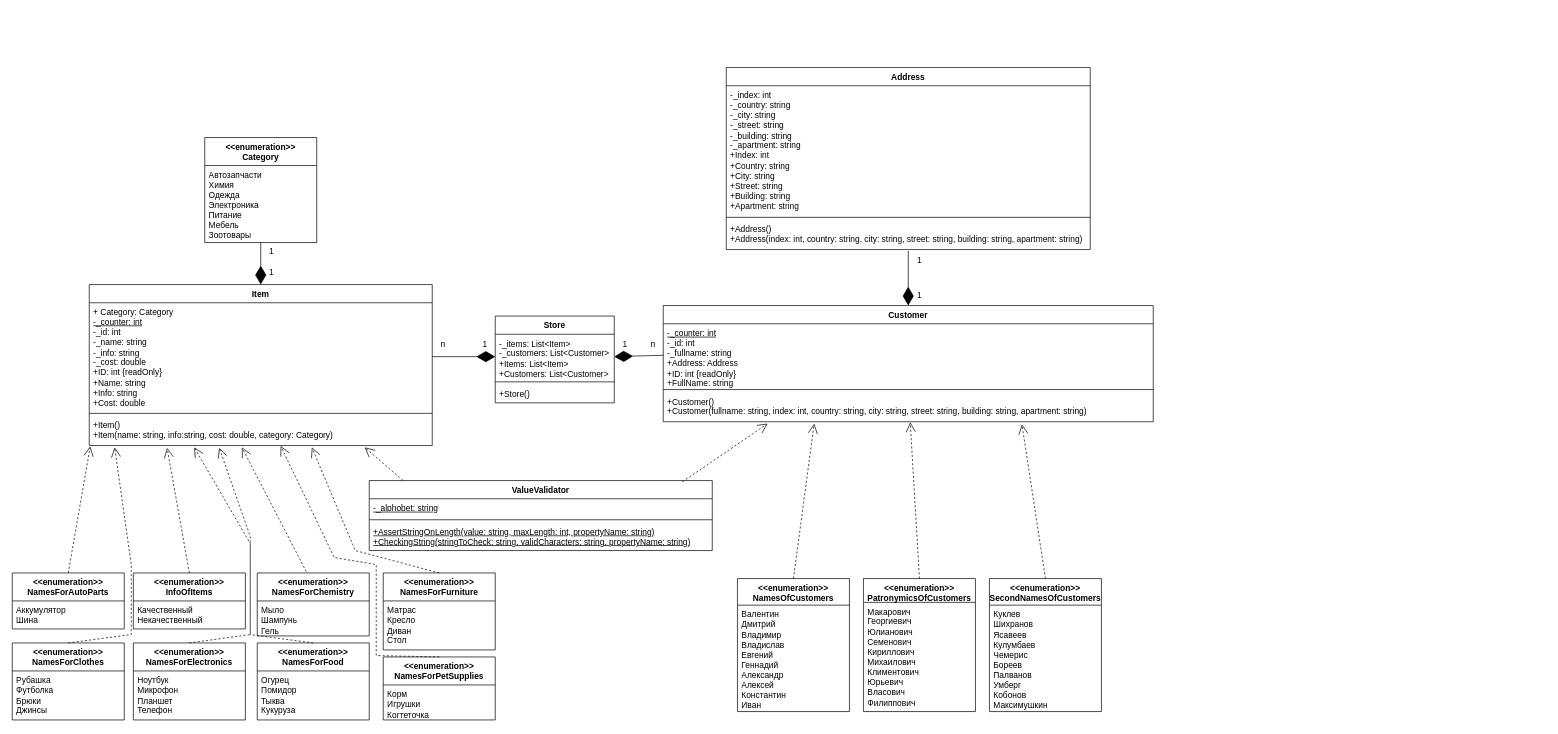
Above: doc/ObjectOrientedPractics/Practics2.drawio in aniil123/Programming (draw.io), before the change. Source tidied: cells renumbered, new cells numbered last; positions are measured from the earlier drawing's top-left corner, leaving out a move shared by most shapes. Both pictures are drawn from the tidied source at 70%, with x=0, y=0 at pixel (12, 67).
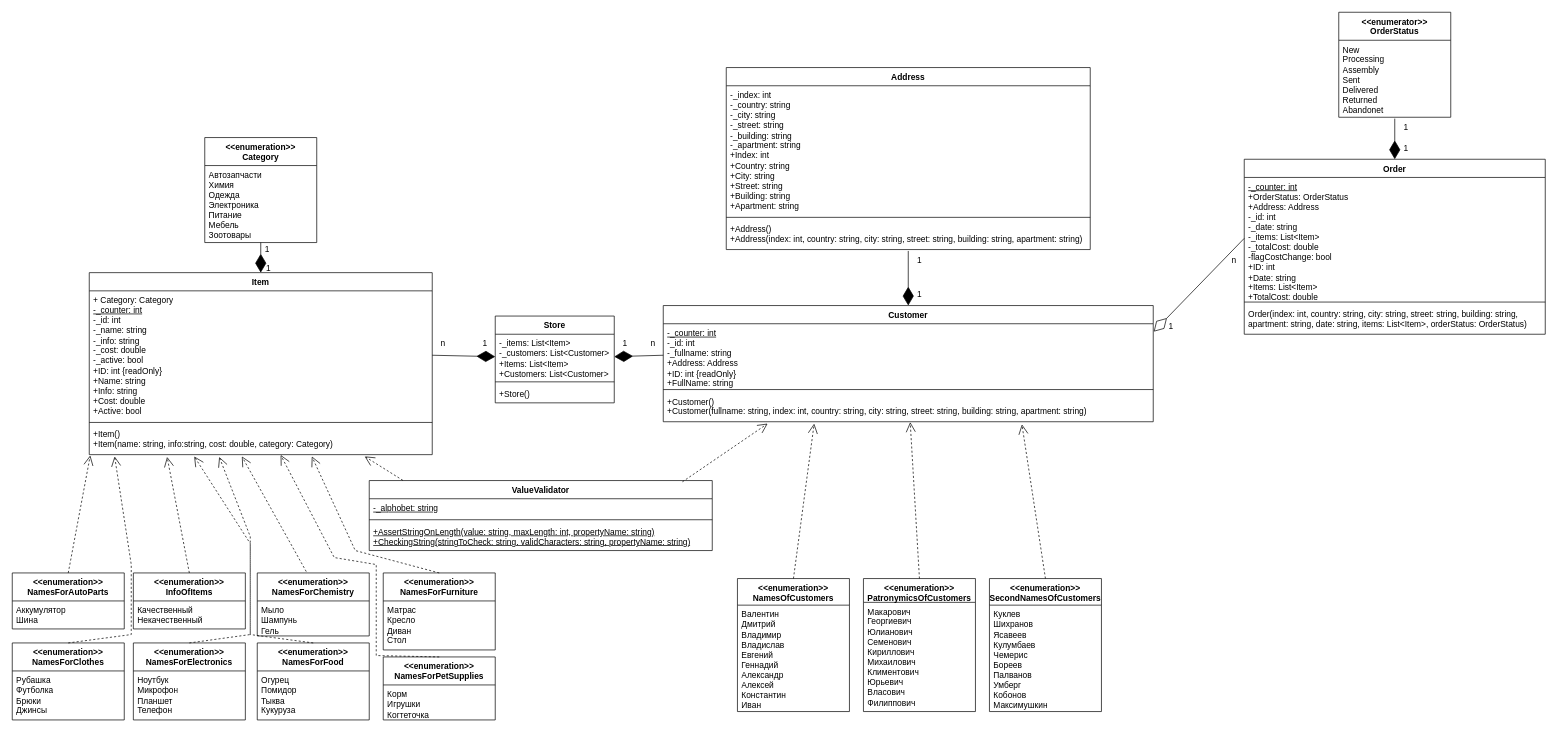
The same page after the edit.

The change refers to these unchanged cells:
```xml
<mxCell id="7" value="&lt;u&gt;-_counter: int&lt;/u&gt;&lt;div&gt;-_id: int&lt;/div&gt;&lt;div&gt;-_fullname: string&lt;/div&gt;&lt;div&gt;+Address: Address&lt;/div&gt;&lt;div&gt;+ID: int {readOnly}&lt;/div&gt;&lt;div&gt;+FullName: string&lt;/div&gt;" style="text;strokeColor=none;fillColor=none;align=left;verticalAlign=top;spacingLeft=4;spacingRight=4;overflow=hidden;points=[[0,0.5],[1,0.5]];portConstraint=eastwest;whiteSpace=wrap;html=1;" parent="6" vertex="1">
  <mxGeometry y="26" width="700" height="90" as="geometry" />
</mxCell>
```

Change to the diagram source:
```diff
@@
     <mxCell id="2" value="Item" style="swimlane;fontStyle=1;align=center;verticalAlign=top;horizontal=1;startSize=26;whiteSpace=wrap;html=1;" parent="1" vertex="1">
-      <mxGeometry x="110" y="310" width="490" height="230" as="geometry" />
+      <mxGeometry x="110" y="293" width="490" height="260" as="geometry" />
     </mxCell>
-    <mxCell id="3" value="+ Category: Category&lt;div&gt;&lt;u&gt;-_counter: int&lt;/u&gt;&lt;/div&gt;&lt;div&gt;-_id: int&lt;/div&gt;&lt;div&gt;-_name: string&lt;/div&gt;&lt;div&gt;-_info: string&lt;/div&gt;&lt;div&gt;-_cost: double&lt;/div&gt;&lt;div&gt;+ID: int {readOnly}&lt;/div&gt;&lt;div&gt;+Name: string&lt;/div&gt;&lt;div&gt;+Info: string&lt;/div&gt;&lt;div&gt;+Cost: double&lt;/div&gt;" style="text;strokeColor=none;fillColor=none;align=left;verticalAlign=top;spacingLeft=4;spacingRight=4;overflow=hidden;points=[[0,0.5],[1,0.5]];portConstraint=eastwest;whiteSpace=wrap;html=1;" parent="2" vertex="1">
-      <mxGeometry y="26" width="490" height="154" as="geometry" />
+    <mxCell id="3" value="+ Category: Category&lt;div&gt;&lt;u&gt;-_counter: int&lt;/u&gt;&lt;/div&gt;&lt;div&gt;-_id: int&lt;/div&gt;&lt;div&gt;-_name: string&lt;/div&gt;&lt;div&gt;-_info: string&lt;/div&gt;&lt;div&gt;-_cost: double&lt;/div&gt;&lt;div&gt;-_active: bool&lt;/div&gt;&lt;div&gt;+ID: int {readOnly}&lt;/div&gt;&lt;div&gt;+Name: string&lt;/div&gt;&lt;div&gt;+Info: string&lt;/div&gt;&lt;div&gt;+Cost: double&lt;/div&gt;&lt;div&gt;+Active: bool&lt;/div&gt;" style="text;strokeColor=none;fillColor=none;align=left;verticalAlign=top;spacingLeft=4;spacingRight=4;overflow=hidden;points=[[0,0.5],[1,0.5]];portConstraint=eastwest;whiteSpace=wrap;html=1;" parent="2" vertex="1">
+      <mxGeometry y="26" width="490" height="184" as="geometry" />
     </mxCell>
     <mxCell id="4" style="line;strokeWidth=1;fillColor=none;align=left;verticalAlign=middle;spacingTop=-1;spacingLeft=3;spacingRight=3;labelPosition=right;strokeColor=inherit;" parent="2" vertex="1">
-      <mxGeometry y="180" width="490" height="8" as="geometry" />
+      <mxGeometry y="210" width="490" height="8" as="geometry" />
     </mxCell>
     <mxCell id="5" value="+Item()&lt;div&gt;+Item(name: string, info:string, cost: double, category: Category)&lt;/div&gt;" style="text;strokeColor=none;fillColor=none;align=left;verticalAlign=top;spacingLeft=4;spacingRight=4;overflow=hidden;points=[[0,0.5],[1,0.5]];portConstraint=eastwest;whiteSpace=wrap;html=1;" parent="2" vertex="1">
-      <mxGeometry y="188" width="490" height="42" as="geometry" />
+      <mxGeometry y="218" width="490" height="42" as="geometry" />
     </mxCell>
@@
     <mxCell id="37" value="1" style="text;html=1;align=center;verticalAlign=middle;strokeColor=none;fillColor=none;" parent="1" vertex="1">
-      <mxGeometry x="355" y="278" width="30" height="30" as="geometry" />
+      <mxGeometry x="351" y="272" width="30" height="30" as="geometry" />
     </mxCell>
     <mxCell id="38" value="1" style="text;html=1;align=center;verticalAlign=middle;strokeColor=none;fillColor=none;" parent="1" vertex="1">
-      <mxGeometry x="355" y="248" width="30" height="30" as="geometry" />
+      <mxGeometry x="349" y="245" width="30" height="30" as="geometry" />
     </mxCell>
@@
+    <mxCell id="72" value="&amp;lt;&amp;lt;enumerator&amp;gt;&amp;gt;&lt;div&gt;OrderStatus&lt;/div&gt;" style="swimlane;fontStyle=1;align=center;verticalAlign=top;horizontal=1;startSize=40;whiteSpace=wrap;html=1;" parent="1" vertex="1">
+      <mxGeometry x="1895" y="-79" width="160" height="150" as="geometry" />
+    </mxCell>
+    <mxCell id="73" value="New&lt;div&gt;Processing&lt;/div&gt;&lt;div&gt;Assembly&lt;/div&gt;&lt;div&gt;Sent&lt;/div&gt;&lt;div&gt;Delivered&lt;/div&gt;&lt;div&gt;Returned&lt;/div&gt;&lt;div&gt;Abandonet&lt;/div&gt;" style="text;strokeColor=none;fillColor=none;align=left;verticalAlign=top;spacingLeft=4;spacingRight=4;overflow=hidden;points=[[0,0.5],[1,0.5]];portConstraint=eastwest;whiteSpace=wrap;html=1;" parent="72" vertex="1">
+      <mxGeometry y="40" width="160" height="110" as="geometry" />
+    </mxCell>
+    <mxCell id="74" value="Order" style="swimlane;fontStyle=1;align=center;verticalAlign=top;horizontal=1;startSize=26;whiteSpace=wrap;html=1;" parent="1" vertex="1">
+      <mxGeometry x="1760" y="131" width="430" height="250" as="geometry" />
+    </mxCell>
+    <mxCell id="75" value="&lt;u&gt;-_counter: int&lt;/u&gt;&lt;div&gt;+OrderStatus: OrderStatus&lt;/div&gt;&lt;div&gt;+Address: Address&lt;/div&gt;&lt;div&gt;-_id: int&lt;/div&gt;&lt;div&gt;-_date: string&lt;/div&gt;&lt;div&gt;-_items: List&amp;lt;Item&amp;gt;&lt;/div&gt;&lt;div&gt;-_totalCost: double&lt;/div&gt;&lt;div&gt;-flagCostChange: bool&lt;/div&gt;&lt;div&gt;+ID: int&lt;/div&gt;&lt;div&gt;+Date: string&lt;/div&gt;&lt;div&gt;+Items: List&amp;lt;Item&amp;gt;&lt;/div&gt;&lt;div&gt;+TotalCost: double&lt;/div&gt;" style="text;strokeColor=none;fillColor=none;align=left;verticalAlign=top;spacingLeft=4;spacingRight=4;overflow=hidden;points=[[0,0.5],[1,0.5]];portConstraint=eastwest;whiteSpace=wrap;html=1;" parent="74" vertex="1">
+      <mxGeometry y="26" width="430" height="174" as="geometry" />
+    </mxCell>
+    <mxCell id="76" style="line;strokeWidth=1;fillColor=none;align=left;verticalAlign=middle;spacingTop=-1;spacingLeft=3;spacingRight=3;labelPosition=right;strokeColor=inherit;" parent="74" vertex="1">
+      <mxGeometry y="200" width="430" height="8" as="geometry" />
+    </mxCell>
+    <mxCell id="77" value="Order(index: int, country: string, city: string, street: string, building: string, apartment: string, date: string, items: List&amp;lt;Item&amp;gt;, orderStatus: OrderStatus)" style="text;strokeColor=none;fillColor=none;align=left;verticalAlign=top;spacingLeft=4;spacingRight=4;overflow=hidden;whiteSpace=wrap;html=1;" parent="74" vertex="1">
+      <mxGeometry y="208" width="430" height="42" as="geometry" />
+    </mxCell>
+    <mxCell id="78" style="endArrow=diamondThin;endFill=1;endSize=24;html=1;rounded=0;entryX=0.5;entryY=0;entryDx=0;entryDy=0;exitX=0.5;exitY=1.018;exitDx=0;exitDy=0;exitPerimeter=0;" parent="1" edge="1" source="73" target="74">
+      <mxGeometry relative="1" as="geometry" />
+    </mxCell>
+    <mxCell id="79" value="1" style="text;html=1;align=center;verticalAlign=middle;strokeColor=none;fillColor=none;" parent="1" vertex="1">
+      <mxGeometry x="1976" y="101" width="30" height="30" as="geometry" />
+    </mxCell>
+    <mxCell id="80" value="1" style="text;html=1;align=center;verticalAlign=middle;strokeColor=none;fillColor=none;" parent="1" vertex="1">
+      <mxGeometry x="1976" y="71" width="30" height="30" as="geometry" />
+    </mxCell>
+    <mxCell id="81" style="endArrow=diamondThin;endFill=0;endSize=24;html=1;rounded=0;entryX=1.001;entryY=0.125;entryDx=0;entryDy=0;entryPerimeter=0;exitX=0;exitY=0.5;exitDx=0;exitDy=0;" parent="1" edge="1" source="75" target="7">
+      <mxGeometry relative="1" as="geometry" />
+    </mxCell>
+    <mxCell id="82" value="1" style="text;html=1;align=center;verticalAlign=middle;strokeColor=none;fillColor=none;" parent="1" vertex="1">
+      <mxGeometry x="1640" y="355" width="30" height="30" as="geometry" />
+    </mxCell>
+    <mxCell id="83" value="n" style="text;html=1;align=center;verticalAlign=middle;strokeColor=none;fillColor=none;" parent="1" vertex="1">
+      <mxGeometry x="1730" y="260" width="30" height="30" as="geometry" />
+    </mxCell>
```
